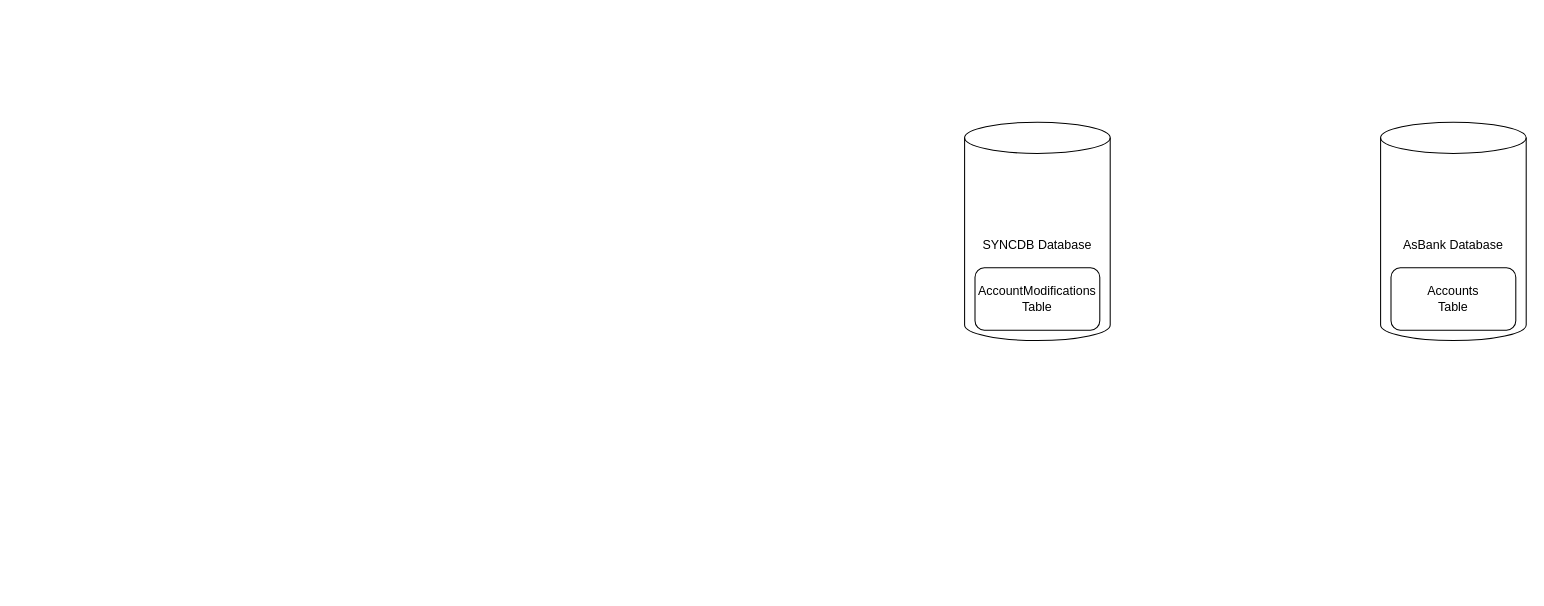
Before: SqlDependency Adapter.drawio in ghazaryan-arthur/Draw, a draw.io diagram. Source tidied: cells renumbered, new cells numbered last; positions are measured from the earlier drawing's top-left corner, leaving out a move shared by most shapes. Both pictures are drawn from the tidied source at 104%, with x=0, y=0 at pixel (964, 122). Pictures stored in the file or linked from it are replaced by grey dashed boxes.
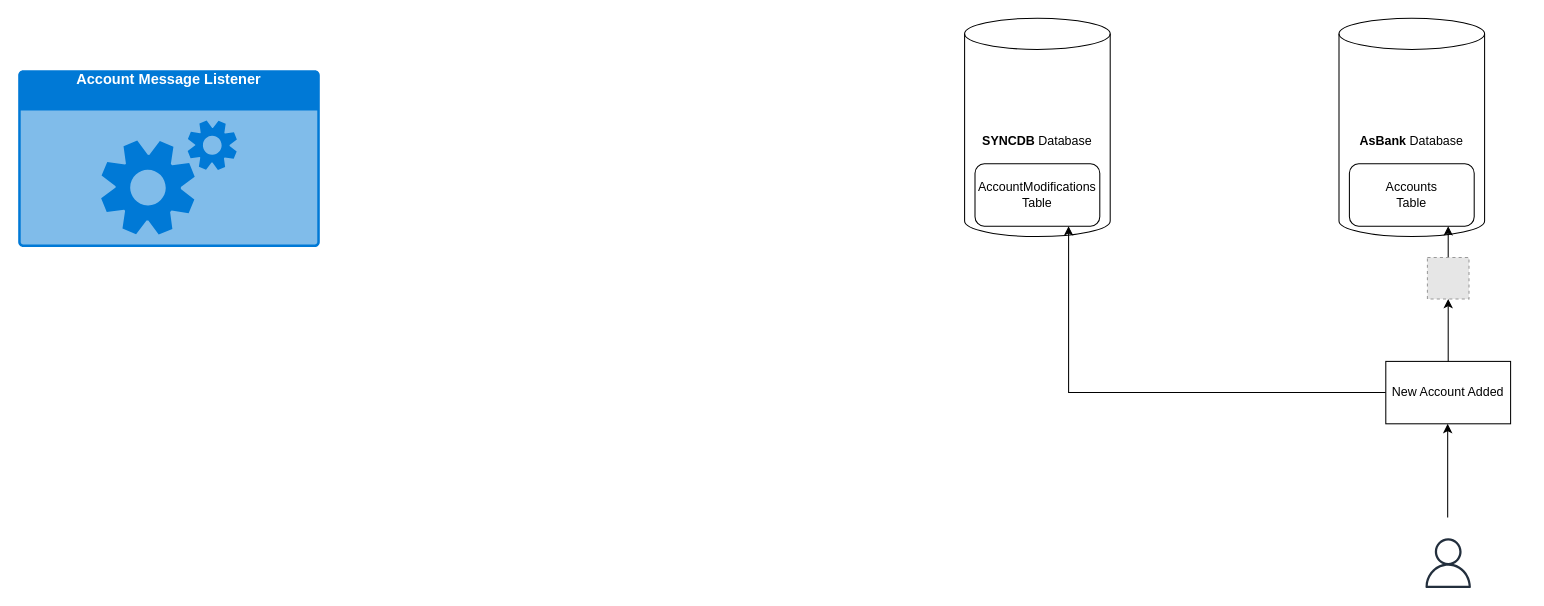
After the change.

Change to the diagram source:
```diff
@@
 <mxGraphModel>
   <root>
     <mxCell id="0" />
     <mxCell id="1" parent="0" />
-    <mxCell id="2" value="AsBank Database" style="shape=cylinder3;whiteSpace=wrap;html=1;boundedLbl=1;backgroundOutline=1;size=15;" parent="1" vertex="1">
-      <mxGeometry x="400" width="140" height="210" as="geometry" />
+    <mxCell id="2" value="&lt;b&gt;AsBank &lt;/b&gt;Database" style="shape=cylinder3;whiteSpace=wrap;html=1;boundedLbl=1;backgroundOutline=1;size=15;" parent="1" vertex="1">
+      <mxGeometry x="360" y="-100" width="140" height="210" as="geometry" />
     </mxCell>
     <mxCell id="3" value="Accounts &lt;br&gt;Table" style="rounded=1;whiteSpace=wrap;html=1;" parent="1" vertex="1">
-      <mxGeometry x="410" y="140" width="120" height="60" as="geometry" />
+      <mxGeometry x="370" y="40" width="120" height="60" as="geometry" />
     </mxCell>
-    <mxCell id="4" value="SYNCDB Database" style="shape=cylinder3;whiteSpace=wrap;html=1;boundedLbl=1;backgroundOutline=1;size=15;" parent="1" vertex="1">
-      <mxGeometry width="140" height="210" as="geometry" />
+    <mxCell id="4" value="&lt;b&gt;SYNCDB&lt;/b&gt; Database" style="shape=cylinder3;whiteSpace=wrap;html=1;boundedLbl=1;backgroundOutline=1;size=15;" parent="1" vertex="1">
+      <mxGeometry y="-100" width="140" height="210" as="geometry" />
     </mxCell>
     <mxCell id="5" value="AccountModifications &lt;br&gt;Table" style="rounded=1;whiteSpace=wrap;html=1;" parent="1" vertex="1">
-      <mxGeometry x="10" y="140" width="120" height="60" as="geometry" />
+      <mxGeometry x="10" y="40" width="120" height="60" as="geometry" />
     </mxCell>
+    <mxCell id="6" style="sketch=0;fontColor=#232F3E;gradientColor=none;fillColor=#232F3D;strokeColor=none;dashed=0;verticalLabelPosition=bottom;verticalAlign=top;align=center;html=1;fontSize=12;fontStyle=0;shape=mxgraph.aws4.user;" parent="1" vertex="1">
+      <mxGeometry x="441" y="400" width="48" height="48" as="geometry" />
+    </mxCell>
+    <mxCell id="7" style="endArrow=classic;html=1;rounded=0;" parent="1" edge="1">
+      <mxGeometry relative="1" as="geometry">
+        <mxPoint x="464.5" y="380" as="sourcePoint" />
+        <mxPoint x="464.5" y="290" as="targetPoint" />
+      </mxGeometry>
+    </mxCell>
+    <mxCell id="8" style="edgeStyle=orthogonalEdgeStyle;rounded=0;jettySize=auto;html=1;" parent="1" edge="1" source="12">
+      <mxGeometry relative="1" as="geometry">
+        <mxPoint x="465" y="100" as="targetPoint" />
+      </mxGeometry>
+    </mxCell>
+    <mxCell id="9" style="edgeStyle=orthogonalEdgeStyle;rounded=0;jettySize=auto;html=1;" parent="1" edge="1" source="10" target="5">
+      <mxGeometry relative="1" as="geometry">
+        <Array as="points">
+          <mxPoint x="100" y="260" />
+        </Array>
+      </mxGeometry>
+    </mxCell>
+    <mxCell id="10" value="New Account Added" style="rounded=0;whiteSpace=wrap;html=1;" parent="1" vertex="1">
+      <mxGeometry x="405" y="230" width="120" height="60" as="geometry" />
+    </mxCell>
+    <mxCell id="11" style="edgeStyle=orthogonalEdgeStyle;rounded=0;jettySize=auto;html=1;" parent="1" edge="1" source="10" target="12">
+      <mxGeometry relative="1" as="geometry" />
+    </mxCell>
+    <mxCell id="12" style="fillColor=#E6E6E6;strokeColor=#999999;dashed=1;html=1;verticalAlign=top;verticalLabelPosition=bottom;labelBackgroundColor=#ffffff;" parent="1" vertex="1">
+      <mxGeometry x="445" y="130" width="40" height="40" as="geometry" />
+    </mxCell>
+    <mxCell id="13" value="Account Message Listener" style="html=1;whiteSpace=wrap;strokeColor=none;fillColor=#0079D6;labelPosition=center;verticalLabelPosition=middle;verticalAlign=top;align=center;fontSize=14;spacingTop=-6;fontColor=#FFFFFF;sketch=0;shape=mxgraph.sitemap.services;fontStyle=1;" parent="1" vertex="1">
+      <mxGeometry x="-910" y="-50" width="290" height="170" as="geometry" />
+    </mxCell>
   </root>
 </mxGraphModel>
```
